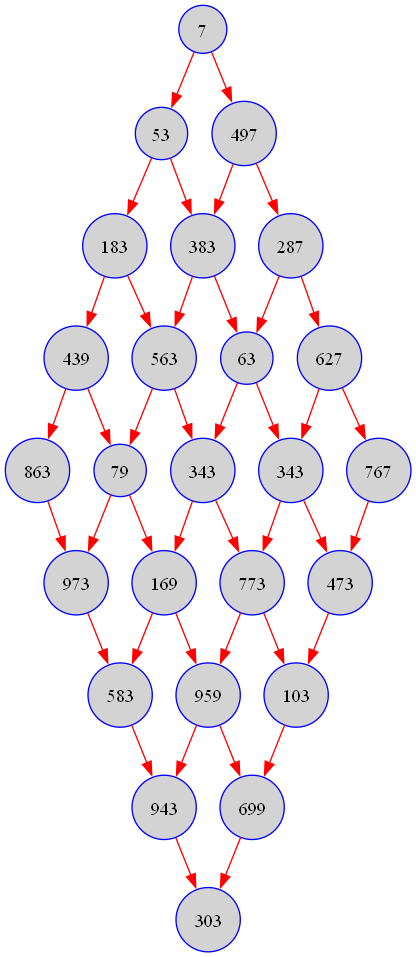
Before: TP_EDA_2ªFase/graph.png, a diagram exported from Graphviz (Pirchuus/TP_EDA_2Fase). Its source is kept beside it as TP_EDA_2ªFase/graph.dot. Its diagram source:
```dot
digraph G {
    node [shape=circle, color=blue, style=filled, fillcolor=lightgray];
    edge [color=red];
    0 [label="7"];
    1 [label="53"];
    2 [label="183"];
    3 [label="439"];
    4 [label="863"];
    5 [label="497"];
    6 [label="383"];
    7 [label="563"];
    8 [label="79"];
    9 [label="973"];
    10 [label="287"];
    11 [label="63"];
    12 [label="343"];
    13 [label="169"];
    14 [label="583"];
    15 [label="627"];
    16 [label="343"];
    17 [label="773"];
    18 [label="959"];
    19 [label="943"];
    20 [label="767"];
    21 [label="473"];
    22 [label="103"];
    23 [label="699"];
    24 [label="303"];
    0 -> 1;
    0 -> 5;
    1 -> 2;
    1 -> 6;
    2 -> 3;
    2 -> 7;
    3 -> 4;
    3 -> 8;
    4 -> 9;
    5 -> 6;
    5 -> 10;
    6 -> 7;
    6 -> 11;
    7 -> 8;
    7 -> 12;
    8 -> 9;
    8 -> 13;
    9 -> 14;
    10 -> 11;
    10 -> 15;
    11 -> 12;
    11 -> 16;
    12 -> 13;
    12 -> 17;
    13 -> 14;
    13 -> 18;
    14 -> 19;
    15 -> 16;
    15 -> 20;
    16 -> 17;
    16 -> 21;
    17 -> 18;
    17 -> 22;
    18 -> 19;
    18 -> 23;
    19 -> 24;
    20 -> 21;
    21 -> 22;
    22 -> 23;
    23 -> 24;
}
```
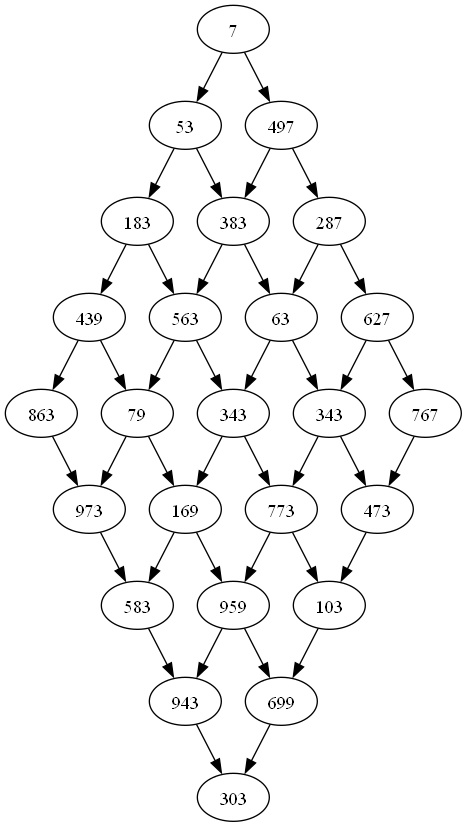
The same file after the commit.

What changed in the source:
```diff
@@ -1,6 +1,4 @@
 digraph G {
-    node [shape=circle, color=blue, style=filled, fillcolor=lightgray];
-    edge [color=red];
     0 [label="7"];
     1 [label="53"];
     2 [label="183"];
```
